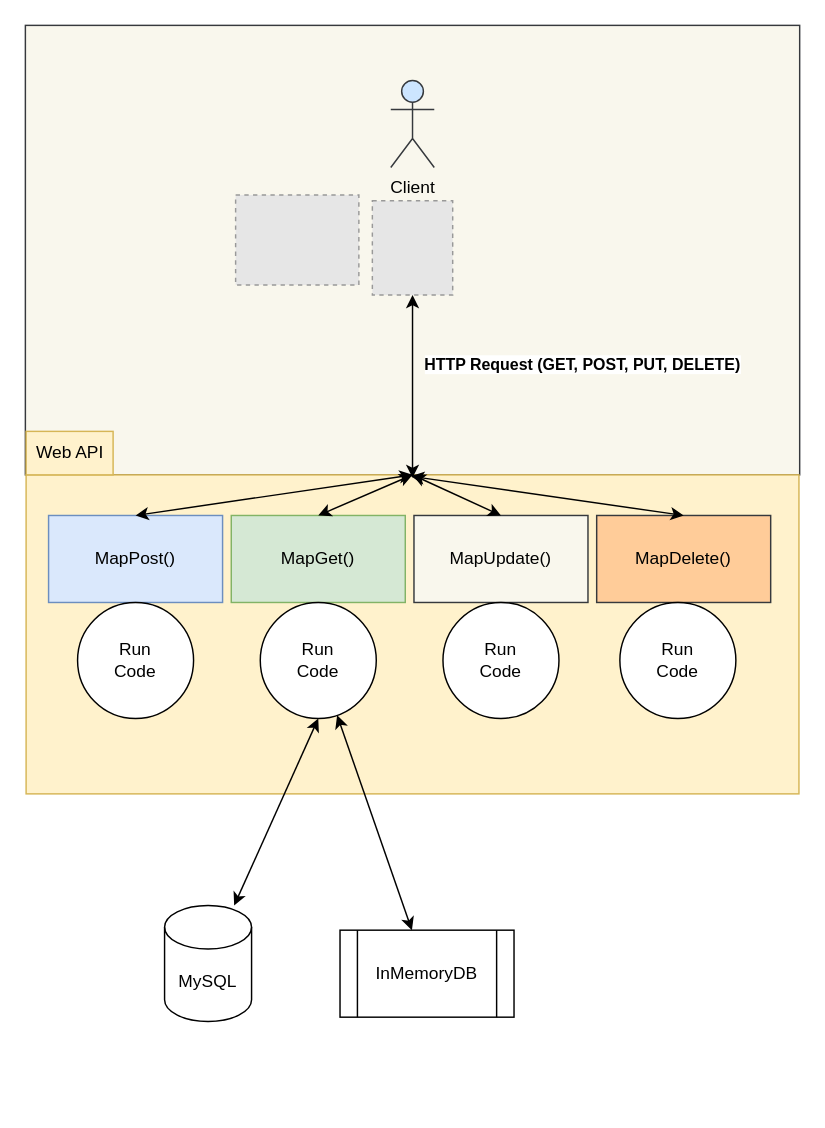
This is week35/docs/draw-io/overview.drawio from yngvemag/2025-Emne7-AvansertProgrammering-Students, a draw.io file, before an edit. Source tidied: cells renumbered, new cells numbered last; positions are measured from the earlier drawing's top-left corner, leaving out a move shared by most shapes. Both pictures are drawn from the tidied source at 145%, with x=0, y=0 at pixel (25, 25). Pictures stored in the file or linked from it are replaced by grey dashed boxes.
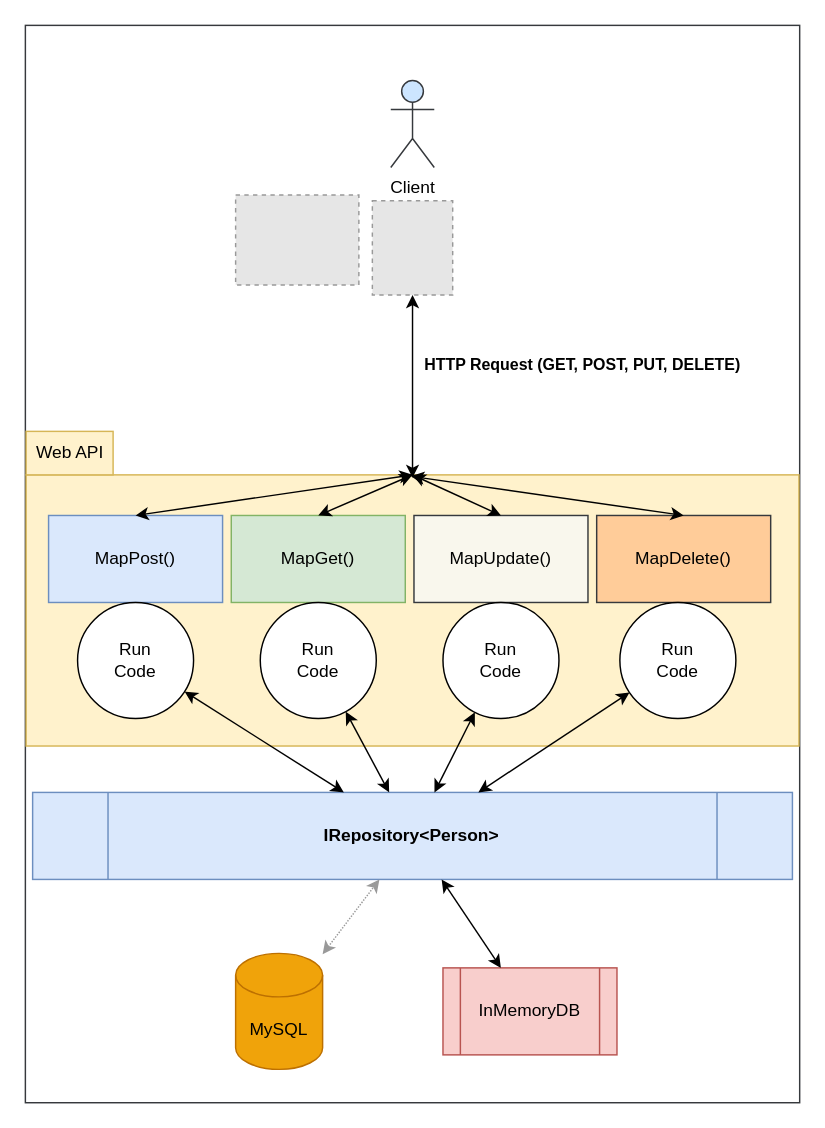
After the change.

Commit message (it also covers changes not shown here):
updated overview drawing

Unchanged cells that the change refers to:
```xml
<mxCell id="18" value="Run&lt;div&gt;Code&lt;/div&gt;" style="ellipse;whiteSpace=wrap;html=1;" parent="1" vertex="1">
  <mxGeometry x="36" y="398" width="80" height="80" as="geometry" />
</mxCell>
<mxCell id="19" value="Run&lt;div&gt;Code&lt;/div&gt;" style="ellipse;whiteSpace=wrap;html=1;" parent="1" vertex="1">
  <mxGeometry x="162" y="398" width="80" height="80" as="geometry" />
</mxCell>
<mxCell id="20" value="Run&lt;div&gt;Code&lt;/div&gt;" style="ellipse;whiteSpace=wrap;html=1;" parent="1" vertex="1">
  <mxGeometry x="288" y="398" width="80" height="80" as="geometry" />
</mxCell>
<mxCell id="21" value="Run&lt;div&gt;Code&lt;/div&gt;" style="ellipse;whiteSpace=wrap;html=1;" parent="1" vertex="1">
  <mxGeometry x="410" y="398" width="80" height="80" as="geometry" />
</mxCell>
```

The edit, as a diff of the source:
```diff
@@
-    <mxCell id="2" style="rounded=0;whiteSpace=wrap;html=1;fillColor=#f9f7ed;strokeColor=#36393d;" parent="1" vertex="1">
-      <mxGeometry width="534" height="310" as="geometry" />
+    <mxCell id="2" style="rounded=0;whiteSpace=wrap;html=1;fillColor=#FFFFFF;strokeColor=#36393d;" parent="1" vertex="1">
+      <mxGeometry width="534" height="743" as="geometry" />
     </mxCell>
@@
     <mxCell id="6" style="rounded=0;whiteSpace=wrap;html=1;fillColor=#fff2cc;strokeColor=#d6b656;" parent="1" vertex="1">
-      <mxGeometry x="0.5" y="310" width="533" height="220" as="geometry" />
+      <mxGeometry x="0.5" y="310" width="533" height="187" as="geometry" />
     </mxCell>
@@
-    <mxCell id="22" value="MySQL" style="shape=cylinder3;whiteSpace=wrap;html=1;boundedLbl=1;backgroundOutline=1;size=15;" parent="1" vertex="1">
-      <mxGeometry x="96" y="607" width="60" height="80" as="geometry" />
+    <mxCell id="22" value="MySQL" style="shape=cylinder3;whiteSpace=wrap;html=1;boundedLbl=1;backgroundOutline=1;size=15;fillColor=#f0a30a;fontColor=#000000;strokeColor=#BD7000;" parent="1" vertex="1">
+      <mxGeometry x="145" y="640" width="60" height="80" as="geometry" />
     </mxCell>
-    <mxCell id="23" style="endArrow=classic;startArrow=classic;html=1;exitX=0.5;exitY=1;exitDx=0;exitDy=0;" parent="1" edge="1" source="19" target="22">
-      <mxGeometry relative="1" as="geometry" />
-    </mxCell>
-    <mxCell id="24" value="InMemoryDB" style="shape=process;whiteSpace=wrap;html=1;backgroundOutline=1;" parent="1" vertex="1">
-      <mxGeometry x="217" y="624" width="120" height="60" as="geometry" />
+    <mxCell id="24" value="InMemoryDB" style="shape=process;whiteSpace=wrap;html=1;backgroundOutline=1;fillColor=#f8cecc;strokeColor=#b85450;" parent="1" vertex="1">
+      <mxGeometry x="288" y="650" width="120" height="60" as="geometry" />
     </mxCell>
-    <mxCell id="25" style="endArrow=classic;startArrow=classic;html=1;" parent="1" edge="1" source="19" target="24">
-      <mxGeometry relative="1" as="geometry" />
+    <mxCell id="25" value="&lt;b&gt;IRepository&amp;lt;Person&amp;gt;&lt;/b&gt;" style="shape=process;whiteSpace=wrap;html=1;backgroundOutline=1;fillColor=#dae8fc;strokeColor=#6c8ebf;" parent="1" vertex="1">
+      <mxGeometry x="5" y="529" width="524" height="60" as="geometry" />
     </mxCell>
+    <mxCell id="26" style="endArrow=classic;startArrow=classic;html=1;" parent="1" edge="1" source="25" target="20">
+      <mxGeometry relative="1" as="geometry" />
+    </mxCell>
+    <mxCell id="27" style="endArrow=classic;startArrow=classic;html=1;" parent="1" edge="1" source="25" target="18">
+      <mxGeometry relative="1" as="geometry" />
+    </mxCell>
+    <mxCell id="28" style="endArrow=classic;startArrow=classic;html=1;" parent="1" edge="1" source="25" target="19">
+      <mxGeometry relative="1" as="geometry" />
+    </mxCell>
+    <mxCell id="29" style="endArrow=classic;startArrow=classic;html=1;" parent="1" edge="1" source="25" target="21">
+      <mxGeometry relative="1" as="geometry" />
+    </mxCell>
+    <mxCell id="30" style="endArrow=classic;startArrow=classic;html=1;" parent="1" edge="1" source="24" target="25">
+      <mxGeometry relative="1" as="geometry" />
+    </mxCell>
+    <mxCell id="31" style="endArrow=classic;startArrow=classic;html=1;dashed=1;dashPattern=1 1;strokeColor=#999999;" parent="1" edge="1" source="22" target="25">
+      <mxGeometry relative="1" as="geometry" />
+    </mxCell>
```
